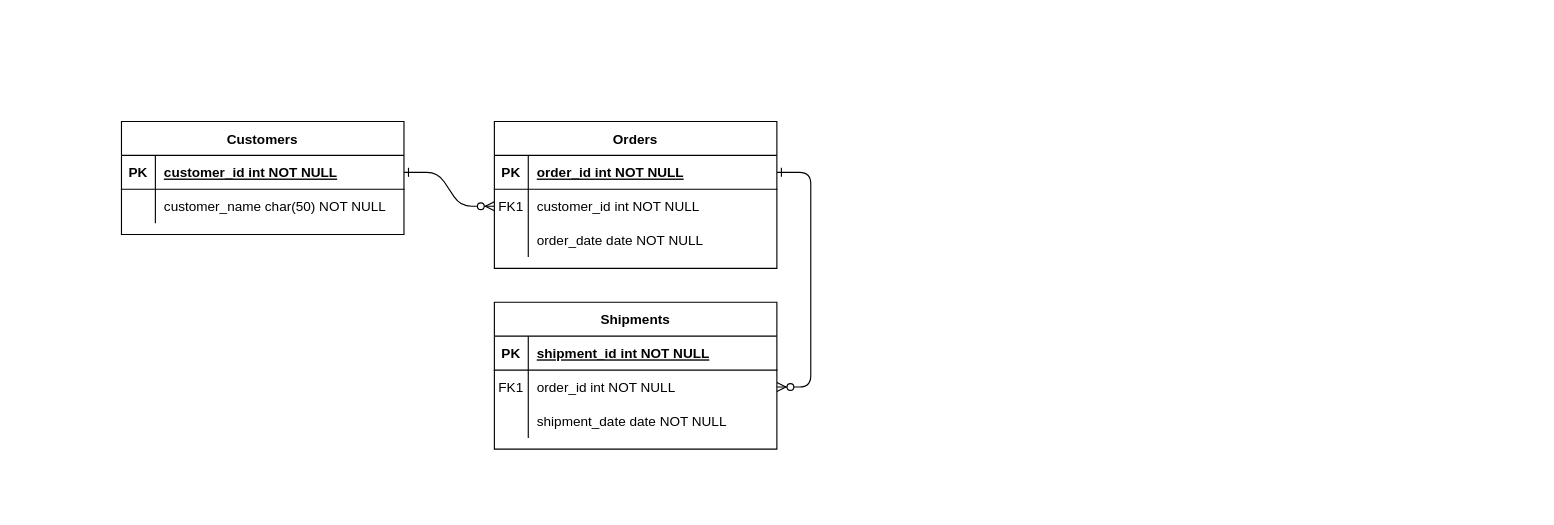
This is src/main/java/com/mvc/hibernate/aop/entity/Untitled Diagram.drawio from MAGunter/EmployeeChange, a draw.io file, before an edit. Source tidied: cells renumbered, new cells numbered last; positions are measured from the earlier drawing's top-left corner, leaving out a move shared by most shapes. Both pictures are drawn from the tidied source at 113%, with x=0, y=0 at pixel (121, 121).
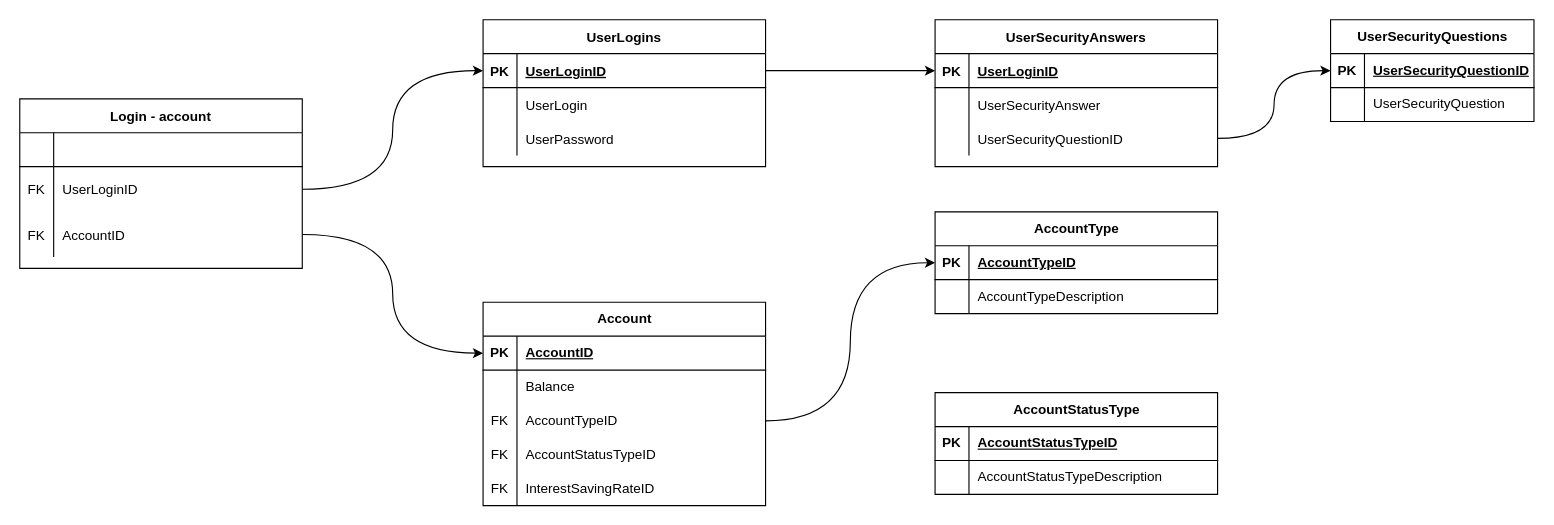
The same page after the edit.

Unchanged cells that the change refers to:
```xml
<mxCell id="5" style="shape=partialRectangle;fillColor=none;points=[[0,0.5],[1,0.5]];portConstraint=eastwest;top=0;left=0;right=0;bottom=1;" parent="4" vertex="1">
  <mxGeometry y="30" width="250" height="30" as="geometry" />
</mxCell>
<mxCell id="8" style="shape=partialRectangle;fillColor=none;points=[[0,0.5],[1,0.5]];portConstraint=eastwest;top=0;left=0;right=0;bottom=0;" parent="4" vertex="1">
  <mxGeometry y="60" width="250" height="30" as="geometry" />
</mxCell>
<mxCell id="11" style="shape=partialRectangle;fillColor=none;top=0;left=0;right=0;bottom=0;" parent="4" vertex="1">
  <mxGeometry y="90" width="250" height="30" as="geometry" />
</mxCell>
<mxCell id="15" style="shape=partialRectangle;fillColor=none;points=[[0,0.5],[1,0.5]];portConstraint=eastwest;top=0;left=0;right=0;bottom=1;" parent="14" vertex="1">
  <mxGeometry y="30" width="250" height="30" as="geometry" />
</mxCell>
<mxCell id="18" style="shape=partialRectangle;fillColor=none;points=[[0,0.5],[1,0.5]];portConstraint=eastwest;top=0;left=0;right=0;bottom=0;" parent="14" vertex="1">
  <mxGeometry y="60" width="250" height="30" as="geometry" />
</mxCell>
<mxCell id="21" style="shape=partialRectangle;fillColor=none;points=[[0,0.5],[1,0.5]];portConstraint=eastwest;top=0;left=0;right=0;bottom=0;" parent="14" vertex="1">
  <mxGeometry y="90" width="250" height="30" as="geometry" />
</mxCell>
<mxCell id="25" style="shape=partialRectangle;fillColor=none;points=[[0,0.5],[1,0.5]];portConstraint=eastwest;top=0;left=0;right=0;bottom=1;" parent="24" vertex="1">
  <mxGeometry y="30" width="250" height="30" as="geometry" />
</mxCell>
```

Change to the diagram source:
```diff
@@
-    <mxCell id="2" style="edgeStyle=entityRelationEdgeStyle;endArrow=ERzeroToMany;startArrow=ERone;endFill=1;startFill=0;" parent="1" edge="1" source="25" target="8">
-      <mxGeometry relative="1" as="geometry" />
-    </mxCell>
-    <mxCell id="3" style="edgeStyle=entityRelationEdgeStyle;endArrow=ERzeroToMany;startArrow=ERone;endFill=1;startFill=0;" parent="1" edge="1" source="5" target="18">
-      <mxGeometry relative="1" as="geometry" />
-    </mxCell>
-    <mxCell id="4" value="Orders" style="shape=table;startSize=30;childLayout=tableLayout;rowLines=0;fontStyle=1;align=center;" parent="1" vertex="1">
-      <mxGeometry x="330" width="250" height="130" as="geometry" />
+    <mxCell id="4" value="UserLogins" style="shape=table;startSize=30;childLayout=tableLayout;rowLines=0;fontStyle=1;align=center;" parent="1" vertex="1">
+      <mxGeometry x="320" y="-90" width="250" height="130" as="geometry" />
     </mxCell>
@@
-    <mxCell id="7" value="order_id int NOT NULL " style="shape=partialRectangle;overflow=hidden;fillColor=none;top=0;left=0;bottom=0;right=0;align=left;spacingLeft=6;fontStyle=5;" parent="5" vertex="1">
+    <mxCell id="7" value="UserLoginID" style="shape=partialRectangle;overflow=hidden;fillColor=none;top=0;left=0;bottom=0;right=0;align=left;spacingLeft=6;fontStyle=5;" parent="5" vertex="1">
       <mxGeometry x="30" width="220" height="30" as="geometry" />
     </mxCell>
@@
-    <mxCell id="9" value="FK1" style="shape=partialRectangle;overflow=hidden;fillColor=none;top=0;left=0;bottom=0;right=0;" parent="8" vertex="1">
+    <mxCell id="9" style="shape=partialRectangle;overflow=hidden;fillColor=none;top=0;left=0;bottom=0;right=0;" parent="8" vertex="1">
       <mxGeometry width="30" height="30" as="geometry" />
     </mxCell>
-    <mxCell id="10" value="customer_id int NOT NULL" style="shape=partialRectangle;overflow=hidden;fillColor=none;top=0;left=0;bottom=0;right=0;align=left;spacingLeft=6;" parent="8" vertex="1">
+    <mxCell id="10" value="UserLogin" style="shape=partialRectangle;overflow=hidden;fillColor=none;top=0;left=0;bottom=0;right=0;align=left;spacingLeft=6;" parent="8" vertex="1">
       <mxGeometry x="30" width="220" height="30" as="geometry" />
     </mxCell>
@@
-    <mxCell id="13" value="order_date date NOT NULL" style="shape=partialRectangle;overflow=hidden;fillColor=none;top=0;left=0;bottom=0;right=0;align=left;spacingLeft=6;" parent="11" vertex="1">
+    <mxCell id="13" value="UserPassword" style="shape=partialRectangle;overflow=hidden;fillColor=none;top=0;left=0;bottom=0;right=0;align=left;spacingLeft=6;" parent="11" vertex="1">
       <mxGeometry x="30" width="220" height="30" as="geometry" />
     </mxCell>
-    <mxCell id="14" value="Shipments" style="shape=table;startSize=30;childLayout=tableLayout;rowLines=0;fontStyle=1;align=center;" parent="1" vertex="1">
-      <mxGeometry x="330" y="160" width="250" height="130" as="geometry" />
+    <mxCell id="14" value="UserSecurityAnswers" style="shape=table;startSize=30;childLayout=tableLayout;rowLines=0;fontStyle=1;align=center;" parent="1" vertex="1">
+      <mxGeometry x="720" y="-90" width="250" height="130" as="geometry" />
     </mxCell>
@@
-    <mxCell id="17" value="shipment_id int NOT NULL " style="shape=partialRectangle;overflow=hidden;fillColor=none;top=0;left=0;bottom=0;right=0;align=left;spacingLeft=6;fontStyle=5;" parent="15" vertex="1">
+    <mxCell id="17" value="UserLoginID" style="shape=partialRectangle;overflow=hidden;fillColor=none;top=0;left=0;bottom=0;right=0;align=left;spacingLeft=6;fontStyle=5;" parent="15" vertex="1">
       <mxGeometry x="30" width="220" height="30" as="geometry" />
     </mxCell>
@@
-    <mxCell id="19" value="FK1" style="shape=partialRectangle;overflow=hidden;fillColor=none;top=0;left=0;bottom=0;right=0;" parent="18" vertex="1">
+    <mxCell id="19" style="shape=partialRectangle;overflow=hidden;fillColor=none;top=0;left=0;bottom=0;right=0;" parent="18" vertex="1">
       <mxGeometry width="30" height="30" as="geometry" />
     </mxCell>
-    <mxCell id="20" value="order_id int NOT NULL" style="shape=partialRectangle;overflow=hidden;fillColor=none;top=0;left=0;bottom=0;right=0;align=left;spacingLeft=6;" parent="18" vertex="1">
+    <mxCell id="20" value="UserSecurityAnswer" style="shape=partialRectangle;overflow=hidden;fillColor=none;top=0;left=0;bottom=0;right=0;align=left;spacingLeft=6;" parent="18" vertex="1">
       <mxGeometry x="30" width="220" height="30" as="geometry" />
     </mxCell>
@@
-    <mxCell id="23" value="shipment_date date NOT NULL" style="shape=partialRectangle;overflow=hidden;fillColor=none;top=0;left=0;bottom=0;right=0;align=left;spacingLeft=6;" parent="21" vertex="1">
+    <mxCell id="23" value="UserSecurityQuestionID" style="shape=partialRectangle;overflow=hidden;fillColor=none;top=0;left=0;bottom=0;right=0;align=left;spacingLeft=6;" parent="21" vertex="1">
       <mxGeometry x="30" width="220" height="30" as="geometry" />
     </mxCell>
-    <mxCell id="24" value="Customers" style="shape=table;startSize=30;childLayout=tableLayout;rowLines=0;fontStyle=1;align=center;" parent="1" vertex="1">
-      <mxGeometry width="250" height="100" as="geometry" />
+    <mxCell id="24" value="Login - account" style="shape=table;startSize=30;childLayout=tableLayout;rowLines=0;fontStyle=1;align=center;" parent="1" vertex="1">
+      <mxGeometry x="-90" y="-20" width="250" height="150" as="geometry" />
     </mxCell>
@@
-    <mxCell id="26" value="PK" style="shape=partialRectangle;overflow=hidden;fillColor=none;top=0;left=0;bottom=0;right=0;fontStyle=1;" parent="25" vertex="1">
+    <mxCell id="26" style="shape=partialRectangle;overflow=hidden;fillColor=none;top=0;left=0;bottom=0;right=0;fontStyle=1;" parent="25" vertex="1">
       <mxGeometry width="30" height="30" as="geometry" />
     </mxCell>
-    <mxCell id="27" value="customer_id int NOT NULL " style="shape=partialRectangle;overflow=hidden;fillColor=none;top=0;left=0;bottom=0;right=0;align=left;spacingLeft=6;fontStyle=5;" parent="25" vertex="1">
+    <mxCell id="27" style="shape=partialRectangle;overflow=hidden;fillColor=none;top=0;left=0;bottom=0;right=0;align=left;spacingLeft=6;fontStyle=5;" parent="25" vertex="1">
       <mxGeometry x="30" width="220" height="30" as="geometry" />
     </mxCell>
     <mxCell id="28" style="shape=partialRectangle;fillColor=none;points=[[0,0.5],[1,0.5]];portConstraint=eastwest;top=0;left=0;right=0;bottom=0;" parent="24" vertex="1">
-      <mxGeometry y="60" width="250" height="30" as="geometry" />
+      <mxGeometry y="60" width="250" height="40" as="geometry" />
     </mxCell>
-    <mxCell id="29" style="shape=partialRectangle;overflow=hidden;fillColor=none;top=0;left=0;bottom=0;right=0;" parent="28" vertex="1">
-      <mxGeometry width="30" height="30" as="geometry" />
+    <mxCell id="29" value="FK" style="shape=partialRectangle;overflow=hidden;fillColor=none;top=0;left=0;bottom=0;right=0;" parent="28" vertex="1">
+      <mxGeometry width="30" height="40" as="geometry" />
     </mxCell>
-    <mxCell id="30" value="customer_name char(50) NOT NULL" style="shape=partialRectangle;overflow=hidden;fillColor=none;top=0;left=0;bottom=0;right=0;align=left;spacingLeft=6;" parent="28" vertex="1">
-      <mxGeometry x="30" width="220" height="30" as="geometry" />
+    <mxCell id="30" value="UserLoginID" style="shape=partialRectangle;overflow=hidden;fillColor=none;top=0;left=0;bottom=0;right=0;align=left;spacingLeft=6;" parent="28" vertex="1">
+      <mxGeometry x="30" width="220" height="40" as="geometry" />
     </mxCell>
+    <mxCell id="31" style="shape=partialRectangle;fillColor=none;points=[[0,0.5],[1,0.5]];portConstraint=eastwest;top=0;left=0;right=0;bottom=0;" parent="24" vertex="1">
+      <mxGeometry y="100" width="250" height="40" as="geometry" />
+    </mxCell>
+    <mxCell id="32" value="FK" style="shape=partialRectangle;overflow=hidden;fillColor=none;top=0;left=0;bottom=0;right=0;" parent="31" vertex="1">
+      <mxGeometry width="30" height="40" as="geometry" />
+    </mxCell>
+    <mxCell id="33" value="AccountID" style="shape=partialRectangle;overflow=hidden;fillColor=none;top=0;left=0;bottom=0;right=0;align=left;spacingLeft=6;" parent="31" vertex="1">
+      <mxGeometry x="30" width="220" height="40" as="geometry" />
+    </mxCell>
+    <mxCell id="34" style="edgeStyle=orthogonalEdgeStyle;rounded=0;jettySize=auto;html=1;exitX=1;exitY=0.5;exitDx=0;exitDy=0;entryX=0;entryY=0.5;entryDx=0;entryDy=0;curved=1;" parent="1" edge="1" source="28" target="5">
+      <mxGeometry relative="1" as="geometry" />
+    </mxCell>
+    <mxCell id="35" style="edgeStyle=orthogonalEdgeStyle;rounded=0;jettySize=auto;html=1;exitX=1;exitY=0.5;exitDx=0;exitDy=0;" parent="1" edge="1" source="5" target="15">
+      <mxGeometry relative="1" as="geometry" />
+    </mxCell>
+    <mxCell id="36" value="UserSecurityQuestions" style="shape=table;startSize=30;childLayout=tableLayout;rowLines=0;fontStyle=1;align=center;html=1;" parent="1" vertex="1">
+      <mxGeometry x="1070" y="-90" width="180" height="90" as="geometry" />
+    </mxCell>
+    <mxCell id="37" style="shape=tableRow;horizontal=0;startSize=0;swimlaneHead=0;swimlaneBody=0;fillColor=none;points=[[0,0.5],[1,0.5]];portConstraint=eastwest;top=0;left=0;right=0;bottom=1;" parent="36" vertex="1">
+      <mxGeometry y="30" width="180" height="30" as="geometry" />
+    </mxCell>
+    <mxCell id="38" value="PK" style="shape=partialRectangle;fillColor=none;top=0;left=0;bottom=0;right=0;fontStyle=1;overflow=hidden;whiteSpace=wrap;html=1;" parent="37" vertex="1">
+      <mxGeometry width="30" height="30" as="geometry" />
+    </mxCell>
+    <mxCell id="39" value="UserSecurityQuestionID" style="shape=partialRectangle;fillColor=none;top=0;left=0;bottom=0;right=0;align=left;spacingLeft=6;fontStyle=5;overflow=hidden;whiteSpace=wrap;html=1;" parent="37" vertex="1">
+      <mxGeometry x="30" width="150" height="30" as="geometry" />
+    </mxCell>
+    <mxCell id="40" style="shape=tableRow;horizontal=0;startSize=0;swimlaneHead=0;swimlaneBody=0;fillColor=none;top=0;left=0;right=0;bottom=0;" parent="36" vertex="1">
+      <mxGeometry y="60" width="180" height="30" as="geometry" />
+    </mxCell>
+    <mxCell id="41" style="shape=partialRectangle;fillColor=none;top=0;left=0;bottom=0;right=0;overflow=hidden;whiteSpace=wrap;html=1;" parent="40" vertex="1">
+      <mxGeometry width="30" height="30" as="geometry" />
+    </mxCell>
+    <mxCell id="42" value="UserSecurityQuestion" style="shape=partialRectangle;fillColor=none;top=0;left=0;bottom=0;right=0;align=left;spacingLeft=6;overflow=hidden;whiteSpace=wrap;html=1;" parent="40" vertex="1">
+      <mxGeometry x="30" width="150" height="30" as="geometry" />
+    </mxCell>
+    <mxCell id="43" style="edgeStyle=orthogonalEdgeStyle;rounded=0;jettySize=auto;html=1;exitX=1;exitY=0.5;exitDx=0;exitDy=0;curved=1;" parent="1" edge="1" source="21" target="37">
+      <mxGeometry relative="1" as="geometry" />
+    </mxCell>
+    <mxCell id="44" value="Account" style="shape=table;startSize=30;childLayout=tableLayout;rowLines=0;fontStyle=1;align=center;html=1;" parent="1" vertex="1">
+      <mxGeometry x="320" y="160" width="250" height="180" as="geometry" />
+    </mxCell>
+    <mxCell id="45" style="shape=tableRow;horizontal=0;startSize=0;swimlaneHead=0;swimlaneBody=0;fillColor=none;points=[[0,0.5],[1,0.5]];portConstraint=eastwest;top=0;left=0;right=0;bottom=1;" parent="44" vertex="1">
+      <mxGeometry y="30" width="250" height="30" as="geometry" />
+    </mxCell>
+    <mxCell id="46" value="PK" style="shape=partialRectangle;fillColor=none;top=0;left=0;bottom=0;right=0;fontStyle=1;overflow=hidden;whiteSpace=wrap;html=1;" parent="45" vertex="1">
+      <mxGeometry width="30" height="30" as="geometry" />
+    </mxCell>
+    <mxCell id="47" value="AccountID" style="shape=partialRectangle;fillColor=none;top=0;left=0;bottom=0;right=0;align=left;spacingLeft=6;fontStyle=5;overflow=hidden;whiteSpace=wrap;html=1;" parent="45" vertex="1">
+      <mxGeometry x="30" width="220" height="30" as="geometry" />
+    </mxCell>
+    <mxCell id="48" style="shape=tableRow;horizontal=0;startSize=0;swimlaneHead=0;swimlaneBody=0;fillColor=none;top=0;left=0;right=0;bottom=0;" parent="44" vertex="1">
+      <mxGeometry y="60" width="250" height="30" as="geometry" />
+    </mxCell>
+    <mxCell id="49" style="shape=partialRectangle;fillColor=none;top=0;left=0;bottom=0;right=0;overflow=hidden;whiteSpace=wrap;html=1;" parent="48" vertex="1">
+      <mxGeometry width="30" height="30" as="geometry" />
+    </mxCell>
+    <mxCell id="50" value="Balance" style="shape=partialRectangle;fillColor=none;top=0;left=0;bottom=0;right=0;align=left;spacingLeft=6;overflow=hidden;whiteSpace=wrap;html=1;" parent="48" vertex="1">
+      <mxGeometry x="30" width="220" height="30" as="geometry" />
+    </mxCell>
+    <mxCell id="51" style="shape=tableRow;horizontal=0;startSize=0;swimlaneHead=0;swimlaneBody=0;fillColor=none;points=[[0,0.5],[1,0.5]];portConstraint=eastwest;top=0;left=0;right=0;bottom=0;" parent="44" vertex="1">
+      <mxGeometry y="90" width="250" height="30" as="geometry" />
+    </mxCell>
+    <mxCell id="52" value="FK" style="shape=partialRectangle;fillColor=none;top=0;left=0;bottom=0;right=0;overflow=hidden;whiteSpace=wrap;html=1;" parent="51" vertex="1">
+      <mxGeometry width="30" height="30" as="geometry" />
+    </mxCell>
+    <mxCell id="53" value="AccountTypeID" style="shape=partialRectangle;fillColor=none;top=0;left=0;bottom=0;right=0;align=left;spacingLeft=6;overflow=hidden;whiteSpace=wrap;html=1;" parent="51" vertex="1">
+      <mxGeometry x="30" width="220" height="30" as="geometry" />
+    </mxCell>
+    <mxCell id="54" style="shape=tableRow;horizontal=0;startSize=0;swimlaneHead=0;swimlaneBody=0;fillColor=none;top=0;left=0;right=0;bottom=0;" parent="44" vertex="1">
+      <mxGeometry y="120" width="250" height="30" as="geometry" />
+    </mxCell>
+    <mxCell id="55" value="FK" style="shape=partialRectangle;fillColor=none;top=0;left=0;bottom=0;right=0;overflow=hidden;whiteSpace=wrap;html=1;" parent="54" vertex="1">
+      <mxGeometry width="30" height="30" as="geometry" />
+    </mxCell>
+    <mxCell id="56" value="AccountStatusTypeID" style="shape=partialRectangle;fillColor=none;top=0;left=0;bottom=0;right=0;align=left;spacingLeft=6;overflow=hidden;whiteSpace=wrap;html=1;" parent="54" vertex="1">
+      <mxGeometry x="30" width="220" height="30" as="geometry" />
+    </mxCell>
+    <mxCell id="57" style="shape=tableRow;horizontal=0;startSize=0;swimlaneHead=0;swimlaneBody=0;fillColor=none;top=0;left=0;right=0;bottom=0;" parent="44" vertex="1">
+      <mxGeometry y="150" width="250" height="30" as="geometry" />
+    </mxCell>
+    <mxCell id="58" value="FK" style="shape=partialRectangle;fillColor=none;top=0;left=0;bottom=0;right=0;overflow=hidden;whiteSpace=wrap;html=1;" parent="57" vertex="1">
+      <mxGeometry width="30" height="30" as="geometry" />
+    </mxCell>
+    <mxCell id="59" value="InterestSavingRateID" style="shape=partialRectangle;fillColor=none;top=0;left=0;bottom=0;right=0;align=left;spacingLeft=6;overflow=hidden;whiteSpace=wrap;html=1;" parent="57" vertex="1">
+      <mxGeometry x="30" width="220" height="30" as="geometry" />
+    </mxCell>
+    <mxCell id="60" style="edgeStyle=orthogonalEdgeStyle;rounded=0;jettySize=auto;html=1;exitX=1;exitY=0.5;exitDx=0;exitDy=0;entryX=0;entryY=0.5;entryDx=0;entryDy=0;curved=1;" parent="1" edge="1" source="31" target="45">
+      <mxGeometry relative="1" as="geometry" />
+    </mxCell>
+    <mxCell id="61" value="AccountType" style="shape=table;startSize=30;childLayout=tableLayout;rowLines=0;fontStyle=1;align=center;html=1;" parent="1" vertex="1">
+      <mxGeometry x="720" y="80" width="250" height="90" as="geometry" />
+    </mxCell>
+    <mxCell id="62" style="shape=tableRow;horizontal=0;startSize=0;swimlaneHead=0;swimlaneBody=0;fillColor=none;points=[[0,0.5],[1,0.5]];portConstraint=eastwest;top=0;left=0;right=0;bottom=1;" parent="61" vertex="1">
+      <mxGeometry y="30" width="250" height="30" as="geometry" />
+    </mxCell>
+    <mxCell id="63" value="PK" style="shape=partialRectangle;fillColor=none;top=0;left=0;bottom=0;right=0;fontStyle=1;overflow=hidden;whiteSpace=wrap;html=1;" parent="62" vertex="1">
+      <mxGeometry width="30" height="30" as="geometry" />
+    </mxCell>
+    <mxCell id="64" value="AccountTypeID" style="shape=partialRectangle;fillColor=none;top=0;left=0;bottom=0;right=0;align=left;spacingLeft=6;fontStyle=5;overflow=hidden;whiteSpace=wrap;html=1;" parent="62" vertex="1">
+      <mxGeometry x="30" width="220" height="30" as="geometry" />
+    </mxCell>
+    <mxCell id="65" style="shape=tableRow;horizontal=0;startSize=0;swimlaneHead=0;swimlaneBody=0;fillColor=none;top=0;left=0;right=0;bottom=0;" parent="61" vertex="1">
+      <mxGeometry y="60" width="250" height="30" as="geometry" />
+    </mxCell>
+    <mxCell id="66" style="shape=partialRectangle;fillColor=none;top=0;left=0;bottom=0;right=0;overflow=hidden;whiteSpace=wrap;html=1;" parent="65" vertex="1">
+      <mxGeometry width="30" height="30" as="geometry" />
+    </mxCell>
+    <mxCell id="67" value="AccountTypeDescription" style="shape=partialRectangle;fillColor=none;top=0;left=0;bottom=0;right=0;align=left;spacingLeft=6;overflow=hidden;whiteSpace=wrap;html=1;" parent="65" vertex="1">
+      <mxGeometry x="30" width="220" height="30" as="geometry" />
+    </mxCell>
+    <mxCell id="68" style="edgeStyle=orthogonalEdgeStyle;rounded=0;jettySize=auto;html=1;exitX=1;exitY=0.5;exitDx=0;exitDy=0;entryX=0;entryY=0.5;entryDx=0;entryDy=0;curved=1;" parent="1" edge="1" source="51" target="62">
+      <mxGeometry relative="1" as="geometry" />
+    </mxCell>
+    <mxCell id="69" value="AccountStatusType" style="shape=table;startSize=30;childLayout=tableLayout;rowLines=0;fontStyle=1;align=center;html=1;" parent="1" vertex="1">
+      <mxGeometry x="720" y="240" width="250" height="90" as="geometry" />
+    </mxCell>
+    <mxCell id="70" style="shape=tableRow;horizontal=0;startSize=0;swimlaneHead=0;swimlaneBody=0;fillColor=none;top=0;left=0;right=0;bottom=1;" parent="69" vertex="1">
+      <mxGeometry y="30" width="250" height="30" as="geometry" />
+    </mxCell>
+    <mxCell id="71" value="PK" style="shape=partialRectangle;fillColor=none;top=0;left=0;bottom=0;right=0;fontStyle=1;overflow=hidden;whiteSpace=wrap;html=1;" parent="70" vertex="1">
+      <mxGeometry width="30" height="30" as="geometry" />
+    </mxCell>
+    <mxCell id="72" value="AccountStatusTypeID" style="shape=partialRectangle;fillColor=none;top=0;left=0;bottom=0;right=0;align=left;spacingLeft=6;fontStyle=5;overflow=hidden;whiteSpace=wrap;html=1;" parent="70" vertex="1">
+      <mxGeometry x="30" width="220" height="30" as="geometry" />
+    </mxCell>
+    <mxCell id="73" style="shape=tableRow;horizontal=0;startSize=0;swimlaneHead=0;swimlaneBody=0;fillColor=none;top=0;left=0;right=0;bottom=0;" parent="69" vertex="1">
+      <mxGeometry y="60" width="250" height="30" as="geometry" />
+    </mxCell>
+    <mxCell id="74" style="shape=partialRectangle;fillColor=none;top=0;left=0;bottom=0;right=0;overflow=hidden;whiteSpace=wrap;html=1;" parent="73" vertex="1">
+      <mxGeometry width="30" height="30" as="geometry" />
+    </mxCell>
+    <mxCell id="75" value="AccountStatusTypeDescription" style="shape=partialRectangle;fillColor=none;top=0;left=0;bottom=0;right=0;align=left;spacingLeft=6;overflow=hidden;whiteSpace=wrap;html=1;" parent="73" vertex="1">
+      <mxGeometry x="30" width="220" height="30" as="geometry" />
+    </mxCell>
```
